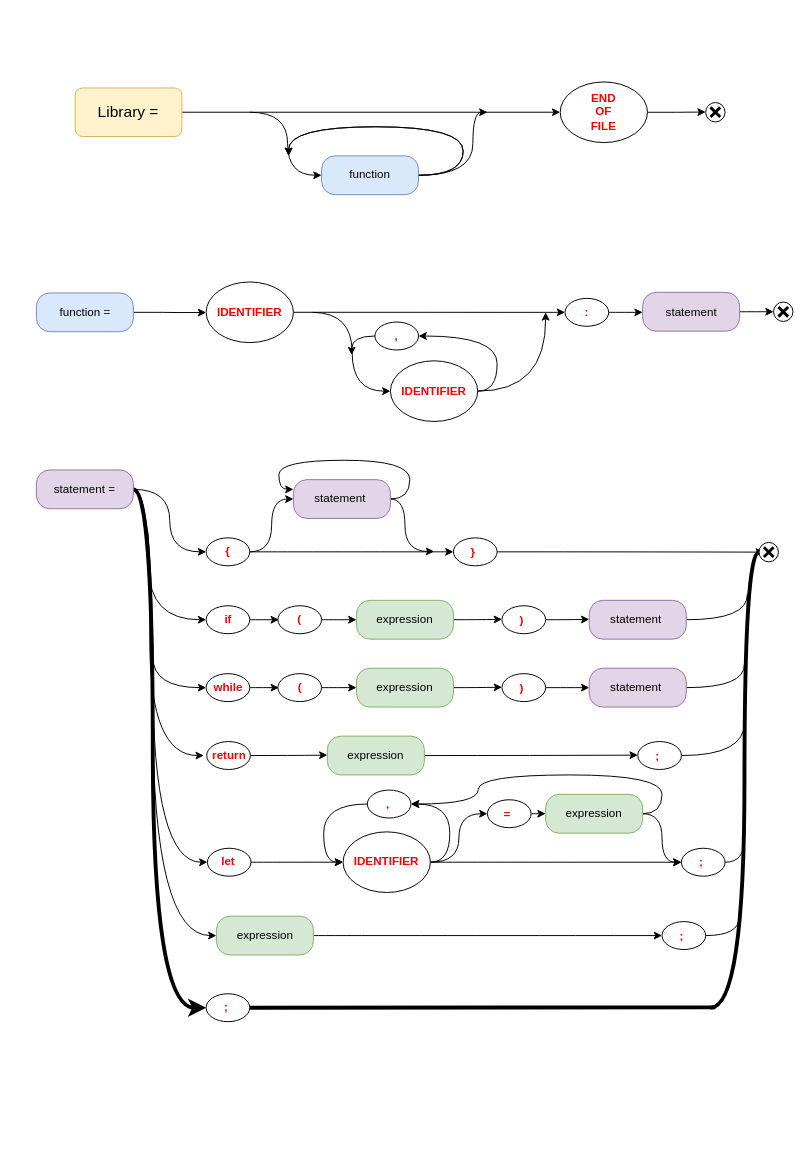
Above: Project Structure/Structure drawio.drawio in kamilkow1123/simple-compiler (draw.io), before the change. Source tidied: cells renumbered, new cells numbered last; positions are measured from the earlier drawing's top-left corner, leaving out a move shared by most shapes. Both pictures are drawn from the tidied source at 97%, with x=0, y=0 at pixel (36, 81).
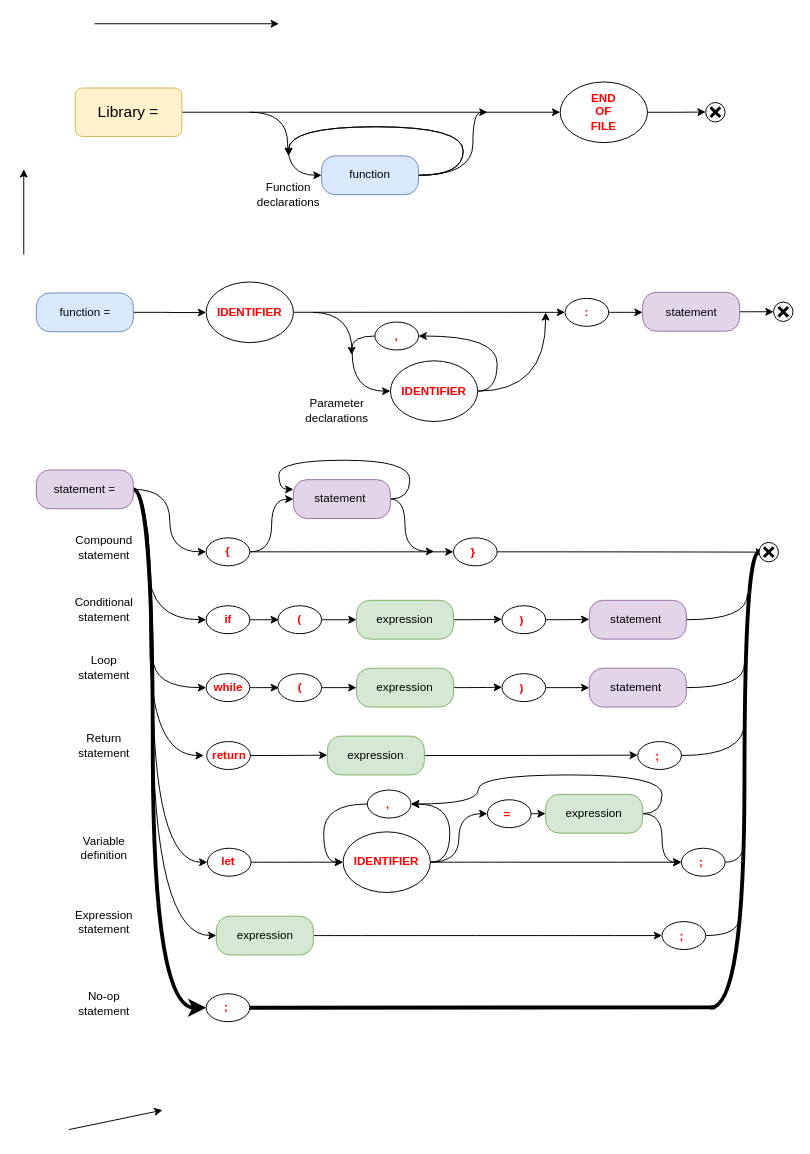
The same page after the edit.

The edit, as a diff of the source:
```diff
@@
+    <mxCell id="130" style="endArrow=classic;html=1;" parent="1" edge="1">
+      <mxGeometry relative="1" as="geometry">
+        <mxPoint x="-13" y="178" as="sourcePoint" />
+        <mxPoint x="-13" y="90" as="targetPoint" />
+      </mxGeometry>
+    </mxCell>
+    <mxCell id="131" style="endArrow=classic;html=1;" parent="1" edge="1">
+      <mxGeometry relative="1" as="geometry">
+        <mxPoint x="60" y="-60" as="sourcePoint" />
+        <mxPoint x="250" y="-60" as="targetPoint" />
+      </mxGeometry>
+    </mxCell>
+    <mxCell id="132" style="endArrow=classic;html=1;" parent="1" edge="1">
+      <mxGeometry relative="1" as="geometry">
+        <mxPoint x="33.8" y="1080" as="sourcePoint" />
+        <mxPoint x="130" y="1060" as="targetPoint" />
+      </mxGeometry>
+    </mxCell>
+    <mxCell id="133" value="Function&lt;br&gt;declarations" style="text;html=1;strokeColor=none;fillColor=none;align=center;verticalAlign=middle;whiteSpace=wrap;rounded=0;" parent="1" vertex="1">
+      <mxGeometry x="240" y="106.2" width="40" height="20" as="geometry" />
+    </mxCell>
+    <mxCell id="134" value="Parameter&lt;br&gt;declarations" style="text;html=1;strokeColor=none;fillColor=none;align=center;verticalAlign=middle;whiteSpace=wrap;rounded=0;" parent="1" vertex="1">
+      <mxGeometry x="290" y="328.8" width="40" height="20" as="geometry" />
+    </mxCell>
+    <mxCell id="135" value="Compound&lt;br&gt;statement" style="text;html=1;strokeColor=none;fillColor=none;align=center;verticalAlign=middle;whiteSpace=wrap;rounded=0;" parent="1" vertex="1">
+      <mxGeometry x="50" y="470" width="40" height="20" as="geometry" />
+    </mxCell>
+    <mxCell id="136" value="Conditional&lt;br&gt;statement" style="text;html=1;strokeColor=none;fillColor=none;align=center;verticalAlign=middle;whiteSpace=wrap;rounded=0;" parent="1" vertex="1">
+      <mxGeometry x="50" y="534.4" width="40" height="20" as="geometry" />
+    </mxCell>
+    <mxCell id="137" value="Loop&lt;br&gt;statement" style="text;html=1;strokeColor=none;fillColor=none;align=center;verticalAlign=middle;whiteSpace=wrap;rounded=0;" parent="1" vertex="1">
+      <mxGeometry x="50" y="594.4" width="40" height="20" as="geometry" />
+    </mxCell>
+    <mxCell id="138" value="Return&lt;br&gt;statement" style="text;html=1;strokeColor=none;fillColor=none;align=center;verticalAlign=middle;whiteSpace=wrap;rounded=0;" parent="1" vertex="1">
+      <mxGeometry x="50" y="674.4" width="40" height="20" as="geometry" />
+    </mxCell>
+    <mxCell id="139" value="Variable&lt;br&gt;definition" style="text;html=1;strokeColor=none;fillColor=none;align=center;verticalAlign=middle;whiteSpace=wrap;rounded=0;" parent="1" vertex="1">
+      <mxGeometry x="50" y="780" width="40" height="20" as="geometry" />
+    </mxCell>
+    <mxCell id="140" value="Expression&lt;br&gt;statement" style="text;html=1;strokeColor=none;fillColor=none;align=center;verticalAlign=middle;whiteSpace=wrap;rounded=0;" parent="1" vertex="1">
+      <mxGeometry x="50" y="855.6" width="40" height="20" as="geometry" />
+    </mxCell>
+    <mxCell id="141" value="No-op&lt;br&gt;statement" style="text;html=1;strokeColor=none;fillColor=none;align=center;verticalAlign=middle;whiteSpace=wrap;rounded=0;" parent="1" vertex="1">
+      <mxGeometry x="50" y="940" width="40" height="20" as="geometry" />
+    </mxCell>
```
